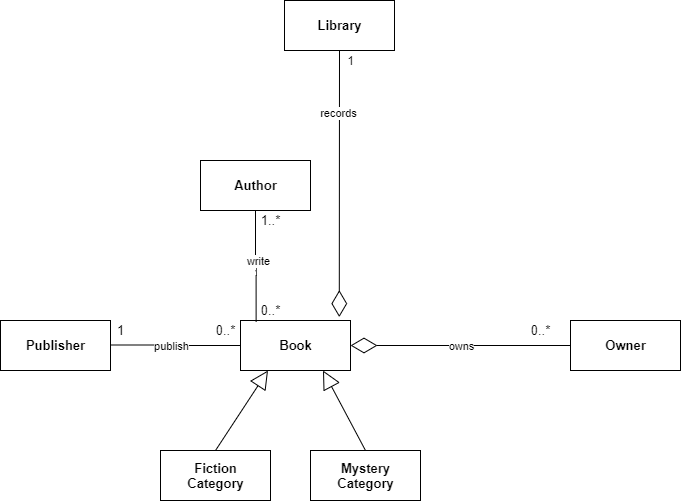
yunee01/W2 keeps this draw.io diagram as E3ClassDiagram.png. Above is the earlier version. Source tidied: cells renumbered, new cells last; positions are measured from the earlier drawing's top-left corner, leaving out a move shared by most shapes. The source it was exported from:
```xml
<mxGraphModel>
  <root>
    <mxCell id="0" />
    <mxCell id="1" parent="0" />
    <mxCell id="2" value="Book" style="html=1;fontStyle=1;fontSize=13;" parent="1" vertex="1">
      <mxGeometry x="240" y="320" width="110" height="50" as="geometry" />
    </mxCell>
    <mxCell id="3" value="Author" style="html=1;fontStyle=1;fontSize=13;" parent="1" vertex="1">
      <mxGeometry x="200" y="160" width="110" height="50" as="geometry" />
    </mxCell>
    <mxCell id="4" value="Publisher" style="html=1;fontStyle=1;fontSize=13;" parent="1" vertex="1">
      <mxGeometry y="320" width="110" height="50" as="geometry" />
    </mxCell>
    <mxCell id="5" value="Library" style="html=1;fontStyle=1;fontSize=13;" parent="1" vertex="1">
      <mxGeometry x="284" width="110" height="50" as="geometry" />
    </mxCell>
    <mxCell id="6" value="Fiction&lt;br style=&quot;font-size: 13px;&quot;&gt;Category" style="html=1;fontStyle=1;fontSize=13;" parent="1" vertex="1">
      <mxGeometry x="160" y="450" width="110" height="50" as="geometry" />
    </mxCell>
    <mxCell id="7" value="Mystery&lt;br style=&quot;font-size: 13px;&quot;&gt;Category" style="html=1;fontStyle=1;fontSize=13;" parent="1" vertex="1">
      <mxGeometry x="310" y="450" width="110" height="50" as="geometry" />
    </mxCell>
    <mxCell id="8" value="Owner" style="html=1;fontStyle=1;fontSize=13;" parent="1" vertex="1">
      <mxGeometry x="570" y="320" width="110" height="50" as="geometry" />
    </mxCell>
    <mxCell id="9" style="endArrow=block;endSize=16;endFill=0;html=1;fontSize=13;entryX=0.25;entryY=1;entryDx=0;entryDy=0;exitX=0.5;exitY=0;exitDx=0;exitDy=0;" parent="1" edge="1" source="6" target="2">
      <mxGeometry x="1" y="-187" relative="1" as="geometry">
        <mxPoint x="73" y="-180" as="offset" />
      </mxGeometry>
    </mxCell>
    <mxCell id="10" style="endArrow=block;endSize=16;endFill=0;html=1;fontSize=13;entryX=0.75;entryY=1;entryDx=0;entryDy=0;exitX=0.5;exitY=0;exitDx=0;exitDy=0;" parent="1" edge="1" source="7" target="2">
      <mxGeometry relative="1" as="geometry" />
    </mxCell>
    <mxCell id="11" value="1..*" style="text;html=1;align=center;verticalAlign=middle;fontSize=13;" parent="1" vertex="1">
      <mxGeometry x="255" y="210" width="30" height="20" as="geometry" />
    </mxCell>
    <mxCell id="12" value="0..*" style="text;html=1;align=center;verticalAlign=middle;fontSize=13;" parent="1" vertex="1">
      <mxGeometry x="255" y="300" width="30" height="20" as="geometry" />
    </mxCell>
    <mxCell id="13" value="0..*" style="text;html=1;align=center;verticalAlign=middle;fontSize=13;" parent="1" vertex="1">
      <mxGeometry x="210" y="320" width="30" height="20" as="geometry" />
    </mxCell>
    <mxCell id="14" value="1" style="text;html=1;align=center;verticalAlign=middle;fontSize=13;" parent="1" vertex="1">
      <mxGeometry x="110" y="320" width="20" height="20" as="geometry" />
    </mxCell>
    <mxCell id="15" value="0..*" style="text;html=1;align=center;verticalAlign=middle;fontSize=13;" parent="1" vertex="1">
      <mxGeometry x="525" y="320" width="30" height="20" as="geometry" />
    </mxCell>
    <mxCell id="16" style="endArrow=none;html=1;edgeStyle=orthogonalEdgeStyle;entryX=0.5;entryY=1;entryDx=0;entryDy=0;exitX=0.142;exitY=0.028;exitDx=0;exitDy=0;exitPerimeter=0;" parent="1" edge="1" source="2" target="3">
      <mxGeometry relative="1" as="geometry" />
    </mxCell>
    <mxCell id="17" value="write" style="edgeLabel;html=1;align=center;verticalAlign=middle;" parent="16" vertex="1">
      <mxGeometry x="0.23" y="-3" relative="1" as="geometry">
        <mxPoint x="-1" y="7" as="offset" />
      </mxGeometry>
    </mxCell>
    <mxCell id="18" style="endArrow=none;html=1;edgeStyle=orthogonalEdgeStyle;entryX=0;entryY=0.5;entryDx=0;entryDy=0;" parent="1" edge="1" target="2">
      <mxGeometry relative="1" as="geometry">
        <mxPoint x="110" y="344.5" as="sourcePoint" />
      </mxGeometry>
    </mxCell>
    <mxCell id="19" value="publish" style="edgeLabel;html=1;align=center;verticalAlign=middle;" parent="18" vertex="1">
      <mxGeometry x="0.2" y="3" relative="1" as="geometry">
        <mxPoint x="-17.5" y="3" as="offset" />
      </mxGeometry>
    </mxCell>
    <mxCell id="20" style="endArrow=diamondThin;endFill=0;endSize=24;html=1;entryX=1;entryY=0.5;entryDx=0;entryDy=0;exitX=0;exitY=0.5;exitDx=0;exitDy=0;" parent="1" edge="1" source="8" target="2">
      <mxGeometry relative="1" as="geometry" />
    </mxCell>
    <mxCell id="21" value="owns" style="edgeLabel;html=1;align=center;verticalAlign=middle;" parent="20" vertex="1">
      <mxGeometry x="0.14" y="3" relative="1" as="geometry">
        <mxPoint x="15" y="-3" as="offset" />
      </mxGeometry>
    </mxCell>
    <mxCell id="22" style="endArrow=diamondThin;endFill=0;endSize=24;html=1;entryX=0.898;entryY=-0.068;entryDx=0;entryDy=0;entryPerimeter=0;exitX=0.5;exitY=1;exitDx=0;exitDy=0;" parent="1" edge="1" source="5" target="2">
      <mxGeometry relative="1" as="geometry" />
    </mxCell>
    <mxCell id="23" value="records" style="edgeLabel;html=1;align=center;verticalAlign=middle;" parent="22" vertex="1">
      <mxGeometry x="-0.52" y="-1" relative="1" as="geometry" />
    </mxCell>
    <mxCell id="24" value="1" style="text;html=1;align=center;verticalAlign=middle;" parent="1" vertex="1">
      <mxGeometry x="340" y="50" width="20" height="20" as="geometry" />
    </mxCell>
  </root>
</mxGraphModel>
```
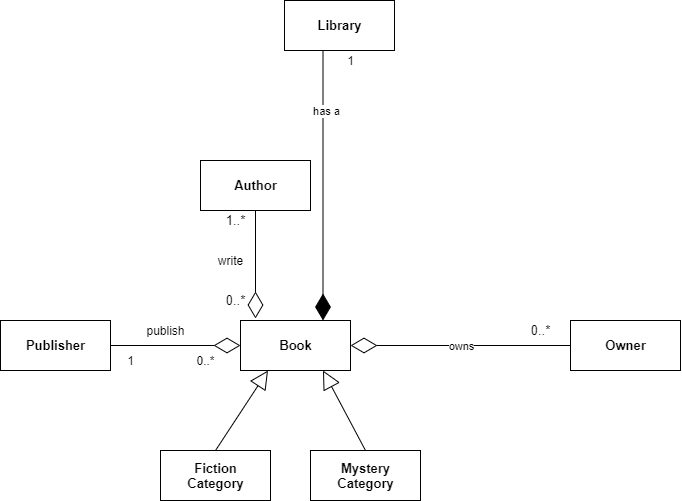
After the commit.

Diff of the diagram source:
```diff
@@ -32,38 +32,14 @@
       <mxGeometry relative="1" as="geometry" />
     </mxCell>
     <mxCell id="11" value="1..*" style="text;html=1;align=center;verticalAlign=middle;fontSize=13;" parent="1" vertex="1">
-      <mxGeometry x="255" y="210" width="30" height="20" as="geometry" />
+      <mxGeometry x="220" y="210" width="30" height="20" as="geometry" />
     </mxCell>
     <mxCell id="12" value="0..*" style="text;html=1;align=center;verticalAlign=middle;fontSize=13;" parent="1" vertex="1">
-      <mxGeometry x="255" y="300" width="30" height="20" as="geometry" />
+      <mxGeometry x="220" y="290" width="30" height="20" as="geometry" />
     </mxCell>
-    <mxCell id="13" value="0..*" style="text;html=1;align=center;verticalAlign=middle;fontSize=13;" parent="1" vertex="1">
-      <mxGeometry x="210" y="320" width="30" height="20" as="geometry" />
-    </mxCell>
-    <mxCell id="14" value="1" style="text;html=1;align=center;verticalAlign=middle;fontSize=13;" parent="1" vertex="1">
-      <mxGeometry x="110" y="320" width="20" height="20" as="geometry" />
-    </mxCell>
     <mxCell id="15" value="0..*" style="text;html=1;align=center;verticalAlign=middle;fontSize=13;" parent="1" vertex="1">
       <mxGeometry x="525" y="320" width="30" height="20" as="geometry" />
     </mxCell>
-    <mxCell id="16" style="endArrow=none;html=1;edgeStyle=orthogonalEdgeStyle;entryX=0.5;entryY=1;entryDx=0;entryDy=0;exitX=0.142;exitY=0.028;exitDx=0;exitDy=0;exitPerimeter=0;" parent="1" edge="1" source="2" target="3">
-      <mxGeometry relative="1" as="geometry" />
-    </mxCell>
-    <mxCell id="17" value="write" style="edgeLabel;html=1;align=center;verticalAlign=middle;" parent="16" vertex="1">
-      <mxGeometry x="0.23" y="-3" relative="1" as="geometry">
-        <mxPoint x="-1" y="7" as="offset" />
-      </mxGeometry>
-    </mxCell>
-    <mxCell id="18" style="endArrow=none;html=1;edgeStyle=orthogonalEdgeStyle;entryX=0;entryY=0.5;entryDx=0;entryDy=0;" parent="1" edge="1" target="2">
-      <mxGeometry relative="1" as="geometry">
-        <mxPoint x="110" y="344.5" as="sourcePoint" />
-      </mxGeometry>
-    </mxCell>
-    <mxCell id="19" value="publish" style="edgeLabel;html=1;align=center;verticalAlign=middle;" parent="18" vertex="1">
-      <mxGeometry x="0.2" y="3" relative="1" as="geometry">
-        <mxPoint x="-17.5" y="3" as="offset" />
-      </mxGeometry>
-    </mxCell>
     <mxCell id="20" style="endArrow=diamondThin;endFill=0;endSize=24;html=1;entryX=1;entryY=0.5;entryDx=0;entryDy=0;exitX=0;exitY=0.5;exitDx=0;exitDy=0;" parent="1" edge="1" source="8" target="2">
       <mxGeometry relative="1" as="geometry" />
     </mxCell>
@@ -72,14 +48,34 @@
         <mxPoint x="15" y="-3" as="offset" />
       </mxGeometry>
     </mxCell>
+    <mxCell id="24" value="1" style="text;html=1;align=center;verticalAlign=middle;" parent="1" vertex="1">
+      <mxGeometry x="340" y="50" width="20" height="20" as="geometry" />
+    </mxCell>
-    <mxCell id="22" style="endArrow=diamondThin;endFill=0;endSize=24;html=1;entryX=0.898;entryY=-0.068;entryDx=0;entryDy=0;entryPerimeter=0;exitX=0.5;exitY=1;exitDx=0;exitDy=0;" parent="1" edge="1" source="5" target="2">
+    <mxCell id="22" style="endArrow=diamondThin;endFill=1;endSize=24;html=1;entryX=0.75;entryY=0;entryDx=0;entryDy=0;exitX=0.35;exitY=1;exitDx=0;exitDy=0;exitPerimeter=0;" parent="1" edge="1" source="5" target="2">
       <mxGeometry relative="1" as="geometry" />
     </mxCell>
-    <mxCell id="23" value="records" style="edgeLabel;html=1;align=center;verticalAlign=middle;" parent="22" vertex="1">
-      <mxGeometry x="-0.52" y="-1" relative="1" as="geometry" />
-    </mxCell>
-    <mxCell id="24" value="1" style="text;html=1;align=center;verticalAlign=middle;" parent="1" vertex="1">
-      <mxGeometry x="340" y="50" width="20" height="20" as="geometry" />
-    </mxCell>
+    <mxCell id="25" value="has a" style="edgeLabel;html=1;align=center;verticalAlign=middle;" parent="22" vertex="1">
+      <mxGeometry x="-0.56" y="2" relative="1" as="geometry" />
+    </mxCell>
+    <mxCell id="26" style="endArrow=diamondThin;endFill=0;endSize=24;html=1;exitX=1;exitY=0.5;exitDx=0;exitDy=0;entryX=0;entryY=0.5;entryDx=0;entryDy=0;" parent="1" edge="1" source="4" target="2">
+      <mxGeometry relative="1" as="geometry" />
+    </mxCell>
+    <mxCell id="19" value="publish" style="text;html=1;align=center;verticalAlign=middle;" parent="1" vertex="1">
+      <mxGeometry x="140" y="320" width="50" height="20" as="geometry" />
+    </mxCell>
+    <mxCell id="14" value="1" style="text;html=1;align=center;verticalAlign=middle;" parent="1" vertex="1">
+      <mxGeometry x="120" y="350" width="20" height="20" as="geometry" />
+    </mxCell>
+    <mxCell id="13" value="0..*" style="text;html=1;align=center;verticalAlign=middle;" parent="1" vertex="1">
+      <mxGeometry x="190" y="350" width="30" height="20" as="geometry" />
+    </mxCell>
+    <mxCell id="27" style="endArrow=diamondThin;endFill=0;endSize=24;html=1;exitX=0.5;exitY=1;exitDx=0;exitDy=0;" parent="1" edge="1" source="3">
+      <mxGeometry relative="1" as="geometry">
+        <mxPoint x="255" y="318" as="targetPoint" />
+      </mxGeometry>
+    </mxCell>
+    <mxCell id="17" value="write" style="text;html=1;align=center;verticalAlign=middle;" parent="1" vertex="1">
+      <mxGeometry x="210" y="250" width="40" height="20" as="geometry" />
+    </mxCell>
   </root>
 </mxGraphModel>
```
